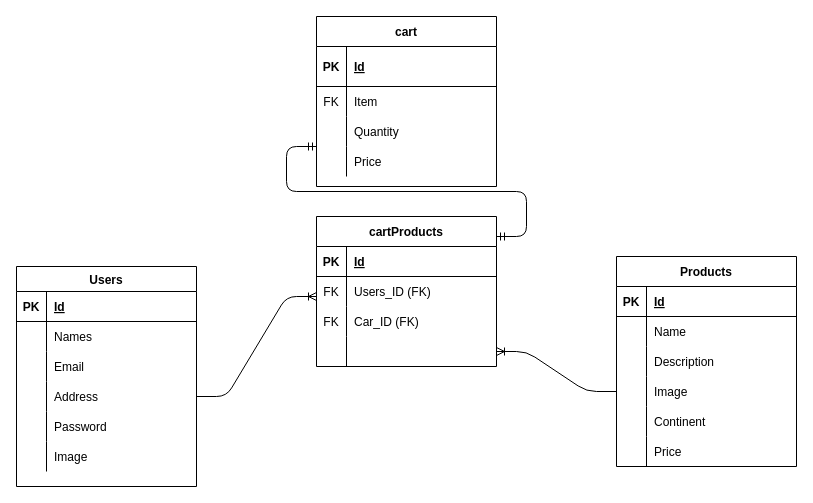
The draw.io diagram tables.drawio in 1120CDFSNCN29ARED/grupo-09, before the edit. Source tidied: cells renumbered, new cells numbered last; positions are measured from the earlier drawing's top-left corner, leaving out a move shared by most shapes. Both pictures are drawn from the tidied source at 100%, with x=0, y=0 at pixel (16, 16).
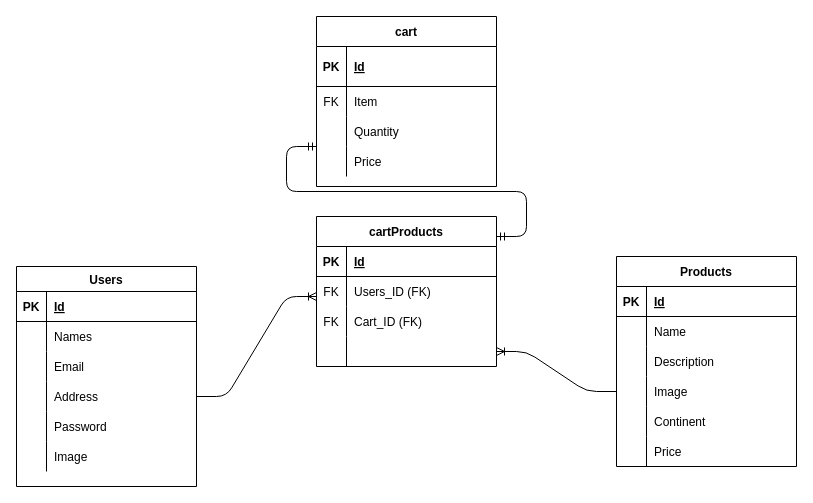
After the change.

Unchanged cells that the change refers to:
```xml
<mxCell id="60" style="shape=partialRectangle;fillColor=none;top=0;left=0;bottom=0;right=0;" parent="53" vertex="1">
  <mxGeometry y="90" width="180" height="30" as="geometry" />
</mxCell>
```

Diff of the diagram source:
```diff
@@
-    <mxCell id="62" value="Car_ID (FK)" style="shape=partialRectangle;fillColor=none;top=0;left=0;bottom=0;right=0;align=left;spacingLeft=6;overflow=hidden;" parent="60" vertex="1">
+    <mxCell id="62" value="Cart_ID (FK)" style="shape=partialRectangle;fillColor=none;top=0;left=0;bottom=0;right=0;align=left;spacingLeft=6;overflow=hidden;" parent="60" vertex="1">
       <mxGeometry x="30" width="150" height="30" as="geometry" />
     </mxCell>
```
